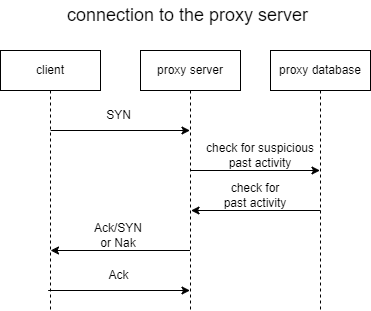
Before: Proxy Connection Diagram.drawio.png, a diagram exported from draw.io (CraftMaster07/CyberProject). Source tidied: cells renumbered, new cells last; positions are measured from the earlier drawing's top-left corner, leaving out a move shared by most shapes.
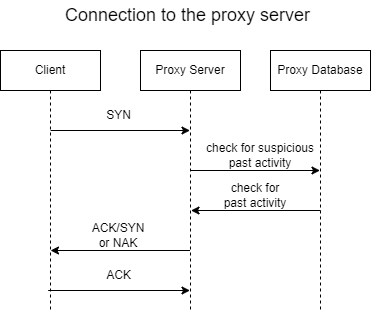
After the commit.

Change to the diagram source:
```diff
@@ -2,13 +2,13 @@
   <root>
     <mxCell id="0" />
     <mxCell id="1" parent="0" />
-    <mxCell id="2" value="client" style="shape=umlLifeline;perimeter=lifelinePerimeter;whiteSpace=wrap;html=1;newEdgeStyle={&quot;edgeStyle&quot;:&quot;elbowEdgeStyle&quot;,&quot;elbow&quot;:&quot;vertical&quot;,&quot;curved&quot;:0,&quot;rounded&quot;:0};" parent="1" vertex="1">
+    <mxCell id="2" value="Client" style="shape=umlLifeline;perimeter=lifelinePerimeter;whiteSpace=wrap;html=1;newEdgeStyle={&quot;edgeStyle&quot;:&quot;elbowEdgeStyle&quot;,&quot;elbow&quot;:&quot;vertical&quot;,&quot;curved&quot;:0,&quot;rounded&quot;:0};" parent="1" vertex="1">
       <mxGeometry y="50" width="100" height="260" as="geometry" />
     </mxCell>
-    <mxCell id="3" value="proxy server" style="shape=umlLifeline;perimeter=lifelinePerimeter;whiteSpace=wrap;html=1;outlineConnect=0;portConstraint=eastwest;newEdgeStyle={&quot;edgeStyle&quot;:&quot;elbowEdgeStyle&quot;,&quot;elbow&quot;:&quot;vertical&quot;,&quot;curved&quot;:0,&quot;rounded&quot;:0};" parent="1" vertex="1">
+    <mxCell id="3" value="Proxy Server" style="shape=umlLifeline;perimeter=lifelinePerimeter;whiteSpace=wrap;html=1;outlineConnect=0;portConstraint=eastwest;newEdgeStyle={&quot;edgeStyle&quot;:&quot;elbowEdgeStyle&quot;,&quot;elbow&quot;:&quot;vertical&quot;,&quot;curved&quot;:0,&quot;rounded&quot;:0};" parent="1" vertex="1">
       <mxGeometry x="140" y="50" width="100" height="260" as="geometry" />
     </mxCell>
-    <mxCell id="4" value="proxy database" style="shape=umlLifeline;perimeter=lifelinePerimeter;whiteSpace=wrap;html=1;outlineConnect=0;portConstraint=eastwest;newEdgeStyle={&quot;edgeStyle&quot;:&quot;elbowEdgeStyle&quot;,&quot;elbow&quot;:&quot;vertical&quot;,&quot;curved&quot;:0,&quot;rounded&quot;:0};" parent="1" vertex="1">
+    <mxCell id="4" value="Proxy Database" style="shape=umlLifeline;perimeter=lifelinePerimeter;whiteSpace=wrap;html=1;outlineConnect=0;portConstraint=eastwest;newEdgeStyle={&quot;edgeStyle&quot;:&quot;elbowEdgeStyle&quot;,&quot;elbow&quot;:&quot;vertical&quot;,&quot;curved&quot;:0,&quot;rounded&quot;:0};" parent="1" vertex="1">
       <mxGeometry x="270" y="50" width="100" height="260" as="geometry" />
     </mxCell>
     <mxCell id="5" style="endArrow=classic;html=1;rounded=0;" parent="1" edge="1">
@@ -25,7 +25,7 @@
         <mxPoint x="50" y="250" as="targetPoint" />
       </mxGeometry>
     </mxCell>
-    <mxCell id="8" value="Ack/SYN or Nak" style="text;html=1;strokeColor=none;fillColor=none;align=center;verticalAlign=middle;whiteSpace=wrap;rounded=0;" parent="1" vertex="1">
+    <mxCell id="8" value="ACK/SYN or NAK" style="text;html=1;strokeColor=none;fillColor=none;align=center;verticalAlign=middle;whiteSpace=wrap;rounded=0;" parent="1" vertex="1">
       <mxGeometry x="87.7" y="220" width="60" height="30" as="geometry" />
     </mxCell>
     <mxCell id="9" style="endArrow=classic;html=1;rounded=0;" parent="1" edge="1" target="3">
@@ -33,8 +33,8 @@
         <mxPoint x="47.7" y="290" as="sourcePoint" />
       </mxGeometry>
     </mxCell>
-    <mxCell id="10" value="Ack" style="text;html=1;align=center;verticalAlign=middle;strokeColor=none;fillColor=none;" parent="1" vertex="1">
-      <mxGeometry x="97.7" y="260" width="40" height="30" as="geometry" />
+    <mxCell id="10" value="ACK" style="text;html=1;align=center;verticalAlign=middle;strokeColor=none;fillColor=none;" parent="1" vertex="1">
+      <mxGeometry x="96.7" y="262" width="43" height="26" as="geometry" />
     </mxCell>
     <mxCell id="11" style="endArrow=classic;html=1;rounded=0;" parent="1" edge="1" target="4">
       <mxGeometry relative="1" as="geometry">
@@ -53,7 +53,7 @@
     <mxCell id="14" value="check for past activity" style="text;html=1;strokeColor=none;fillColor=none;align=center;verticalAlign=middle;whiteSpace=wrap;rounded=0;" parent="1" vertex="1">
       <mxGeometry x="220" y="180" width="70" height="30" as="geometry" />
     </mxCell>
-    <mxCell id="15" value="&lt;font style=&quot;font-size: 18px;&quot;&gt;connection to the proxy server&amp;nbsp;&lt;/font&gt;" style="text;html=1;strokeColor=none;fillColor=none;align=center;verticalAlign=middle;whiteSpace=wrap;rounded=0;" parent="1" vertex="1">
+    <mxCell id="15" value="&lt;font style=&quot;font-size: 18px;&quot;&gt;Connection to the proxy server&amp;nbsp;&lt;/font&gt;" style="text;html=1;strokeColor=none;fillColor=none;align=center;verticalAlign=middle;whiteSpace=wrap;rounded=0;" parent="1" vertex="1">
       <mxGeometry x="55" width="270" height="30" as="geometry" />
     </mxCell>
   </root>
```
